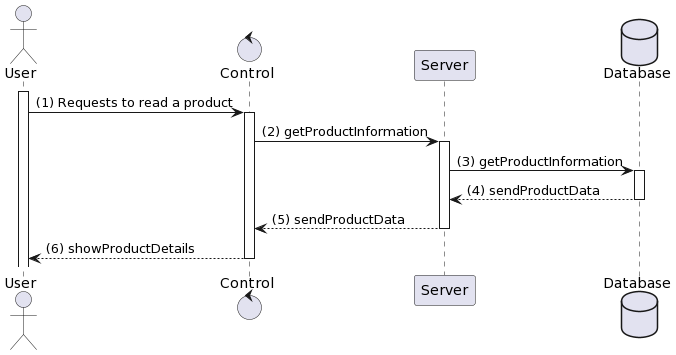
H1eu69/SE357-Pratice-class keeps this PlantUML diagram as Lab 1/Lab 1.2/sequence_diagram/product_management/view_product.png. Above is the earlier version. Source of this version:
```plantuml
@startuml
actor User
control "Control" as C
participant "Server" as S
database Database

activate User
User -> C: (1) Requests to read a product
activate C
C -> S: (2) getProductInformation
activate S
S -> Database: (3) getProductInformation
activate Database
Database --> S: (4) sendProductData
deactivate Database
S --> C: (5) sendProductData
deactivate S
C --> User: (6) showProductDetails
deactivate C
@enduml
```
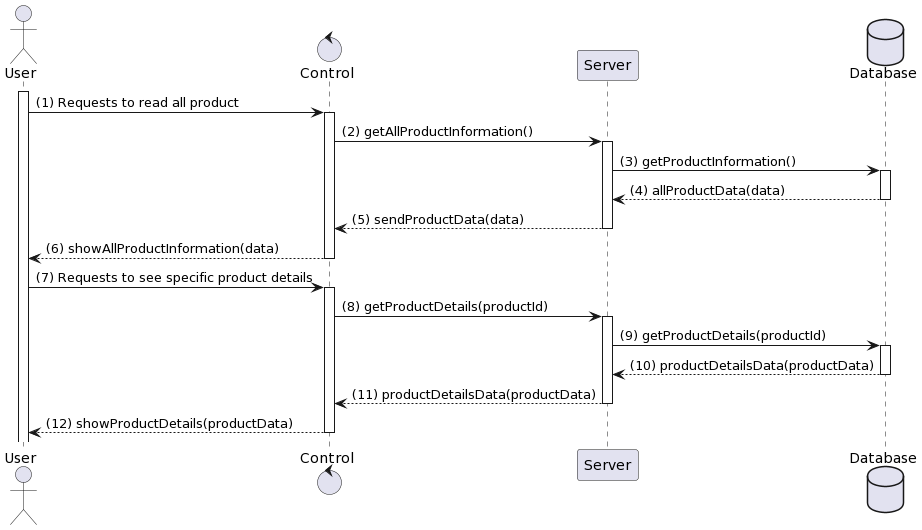
The same diagram one commit later.

Diff of the diagram source:
```diff
@@ -5,16 +5,28 @@
 database Database
 
 activate User
-User -> C: (1) Requests to read a product
+User -> C: (1) Requests to read all product
 activate C
-C -> S: (2) getProductInformation
+C -> S: (2) getAllProductInformation()
 activate S
-S -> Database: (3) getProductInformation
+S -> Database: (3) getProductInformation()
 activate Database
-Database --> S: (4) sendProductData
+Database --> S: (4) allProductData(data)
 deactivate Database
-S --> C: (5) sendProductData
+S --> C: (5) sendProductData(data)
 deactivate S
-C --> User: (6) showProductDetails
+C --> User: (6) showAllProductInformation(data)
+deactivate C
+User -> C: (7) Requests to see specific product details
+activate C
+C -> S: (8) getProductDetails(productId)
+activate S
+S -> Database: (9) getProductDetails(productId)
+activate Database
+Database --> S: (10) productDetailsData(productData)
+deactivate Database
+S --> C: (11) productDetailsData(productData)
+deactivate S
+C --> User: (12) showProductDetails(productData)
 deactivate C
 @enduml
```
